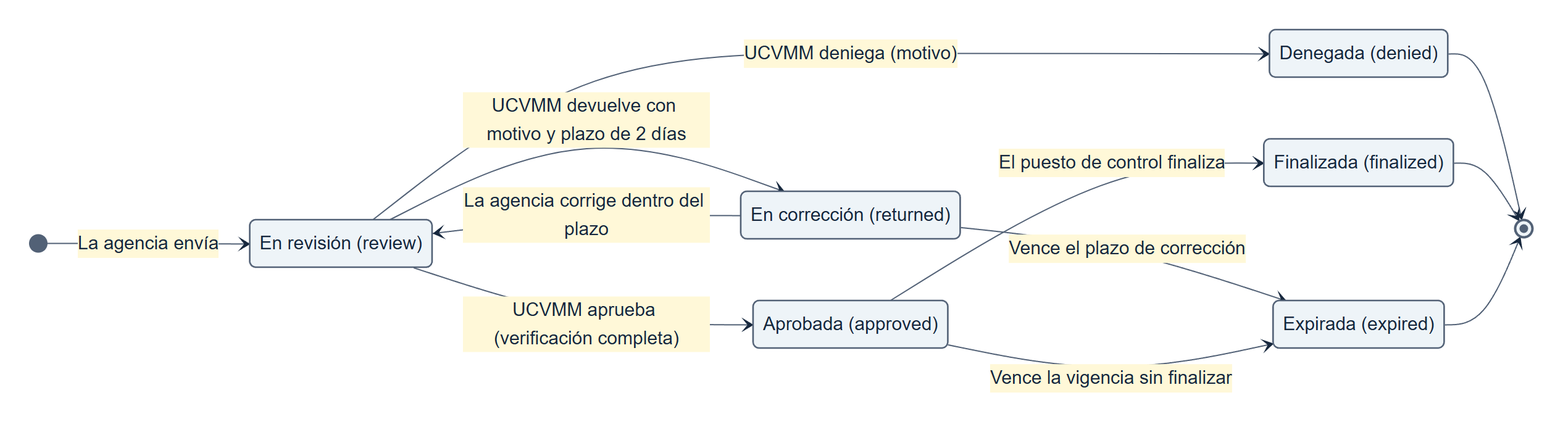
Earlier version of the Mermaid export docs/diagramas/estados.png (rxppxc/ArgoNavis). Its source is kept beside it as docs/diagramas/estados.mmd.
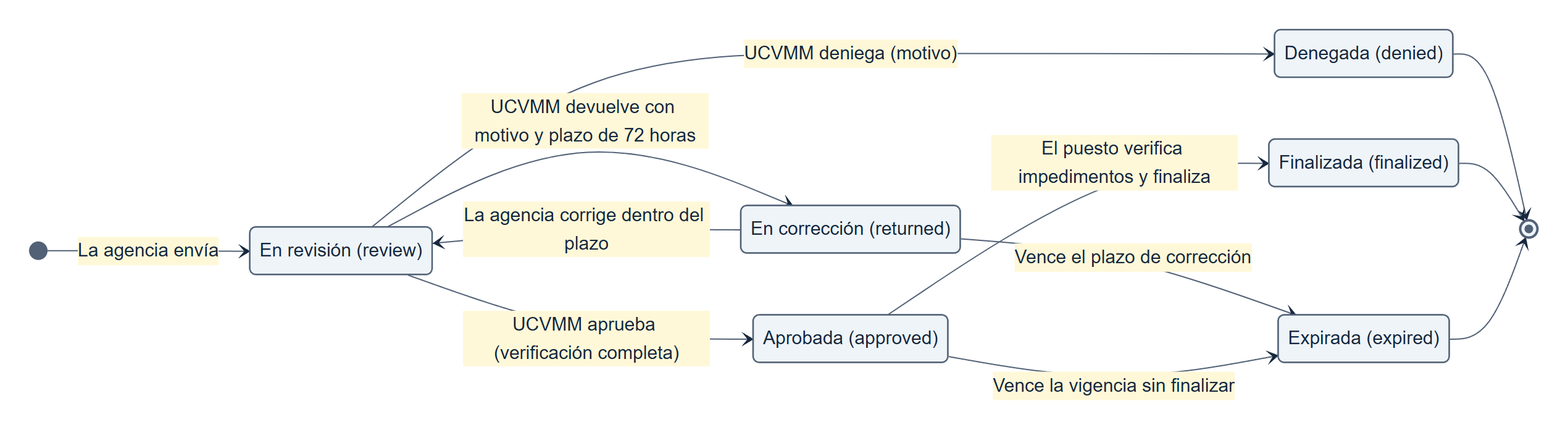
After the change.

Diff of the diagram source:
```diff
@@ -7,11 +7,11 @@
     state "Finalizada (finalized)" as finalized
     state "Expirada (expired)" as expired
     [*] --> review: La agencia envía
-    review --> returned: UCVMM devuelve con motivo y plazo de 2 días
+    review --> returned: UCVMM devuelve con motivo y plazo de 72 horas
     returned --> review: La agencia corrige dentro del plazo
     review --> approved: UCVMM aprueba (verificación completa)
     review --> denied: UCVMM deniega (motivo)
-    approved --> finalized: El puesto de control finaliza
+    approved --> finalized: El puesto verifica impedimentos y finaliza
     returned --> expired: Vence el plazo de corrección
     approved --> expired: Vence la vigencia sin finalizar
     denied --> [*]
```
